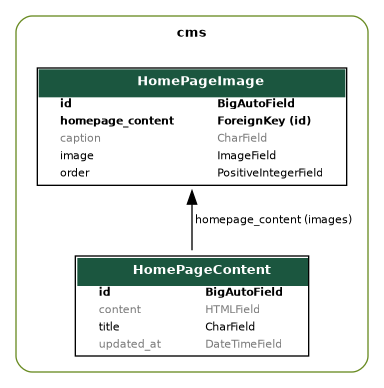
Before: cms/docs/cms.png, a diagram exported from Graphviz (pietbarber/Manage2Soar). Its source is kept beside it as cms/docs/cms.dot.
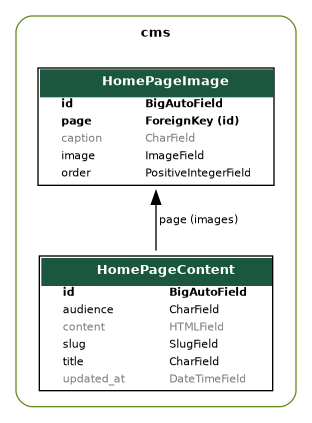
Later version of the same file.

Change to the diagram source:
```diff
@@ -47,9 +47,25 @@
 
 
       <TR><TD ALIGN="LEFT" BORDER="0">
+      <FONT FACE="Roboto">audience</FONT>
+      </TD><TD ALIGN="LEFT">
+      <FONT FACE="Roboto">CharField</FONT>
+      </TD></TR>
+
+
+
+      <TR><TD ALIGN="LEFT" BORDER="0">
       <FONT COLOR="#7B7B7B" FACE="Roboto">content</FONT>
       </TD><TD ALIGN="LEFT">
       <FONT COLOR="#7B7B7B" FACE="Roboto">HTMLField</FONT>
+      </TD></TR>
+
+
+
+      <TR><TD ALIGN="LEFT" BORDER="0">
+      <FONT FACE="Roboto">slug</FONT>
+      </TD><TD ALIGN="LEFT">
+      <FONT FACE="Roboto">SlugField</FONT>
       </TD></TR>
 
 
@@ -89,7 +105,7 @@
 
 
       <TR><TD ALIGN="LEFT" BORDER="0">
-      <FONT FACE="Roboto"><B>homepage_content</B></FONT>
+      <FONT FACE="Roboto"><B>page</B></FONT>
       </TD><TD ALIGN="LEFT">
       <FONT FACE="Roboto"><B>ForeignKey (id)</B></FONT>
       </TD></TR>
@@ -127,7 +143,7 @@
 
 
   cms_models_HomePageImage -> cms_models_HomePageContent
-  [label=" homepage_content (images)"] [arrowhead=none, arrowtail=normal, dir=both];
+  [label=" page (images)"] [arrowhead=none, arrowtail=normal, dir=both];
 
 
 }
```
